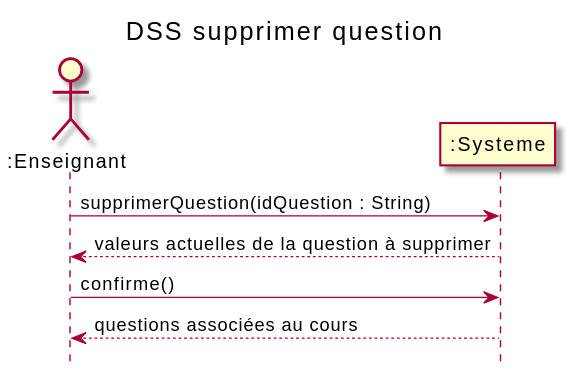
Before: out/docs/Supprimer question/DSS_Supprimer_Question/DSS_Supprimer_Question.svg, a diagram exported from PlantUML (nerdz88/SGA-TS).
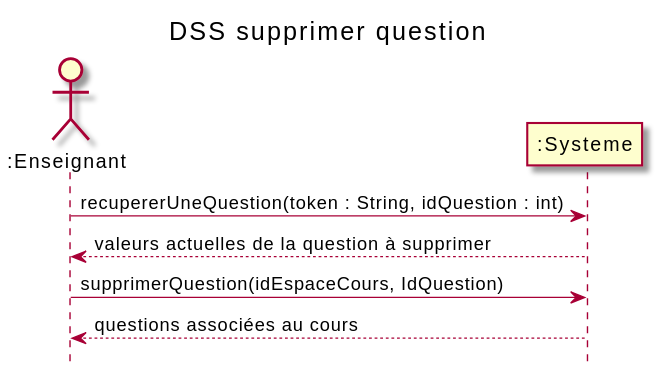
After the commit.

Change to the diagram source:
```diff
@@ -4,8 +4,8 @@
 actor ":Enseignant" as professeur
 participant ":Systeme" as systeme
 
-professeur ->  systeme : supprimerQuestion(idQuestion : String)
+professeur ->  systeme : recupererUneQuestion(token : String, idQuestion : int)
 professeur <-- systeme : valeurs actuelles de la question à supprimer
-professeur -> systeme : confirme()
+professeur -> systeme : supprimerQuestion(idEspaceCours, IdQuestion)
 professeur <-- systeme : questions associées au cours
 @enduml
```
